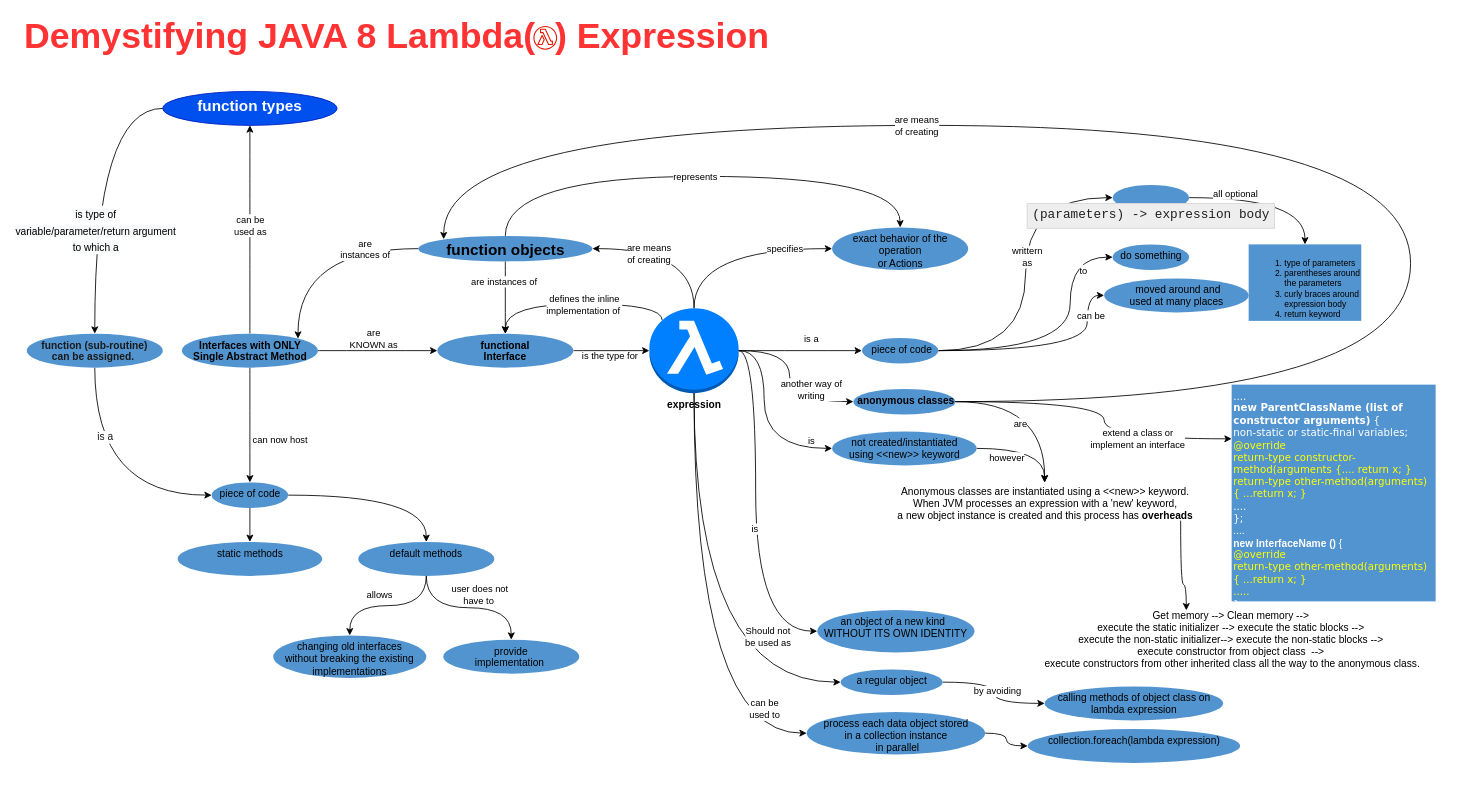
gaurjain/drawio keeps this draw.io diagram as page "Lambda Expressions" (1 of 6) of Java Collection Framework Data Structures.drawio. Above is the earlier version. Source tidied: cells renumbered, new cells numbered last; positions are measured from the earlier drawing's top-left corner, leaving out a move shared by most shapes. Both pictures are drawn from the tidied source at 85%, with x=0, y=0 at pixel (18, 23).
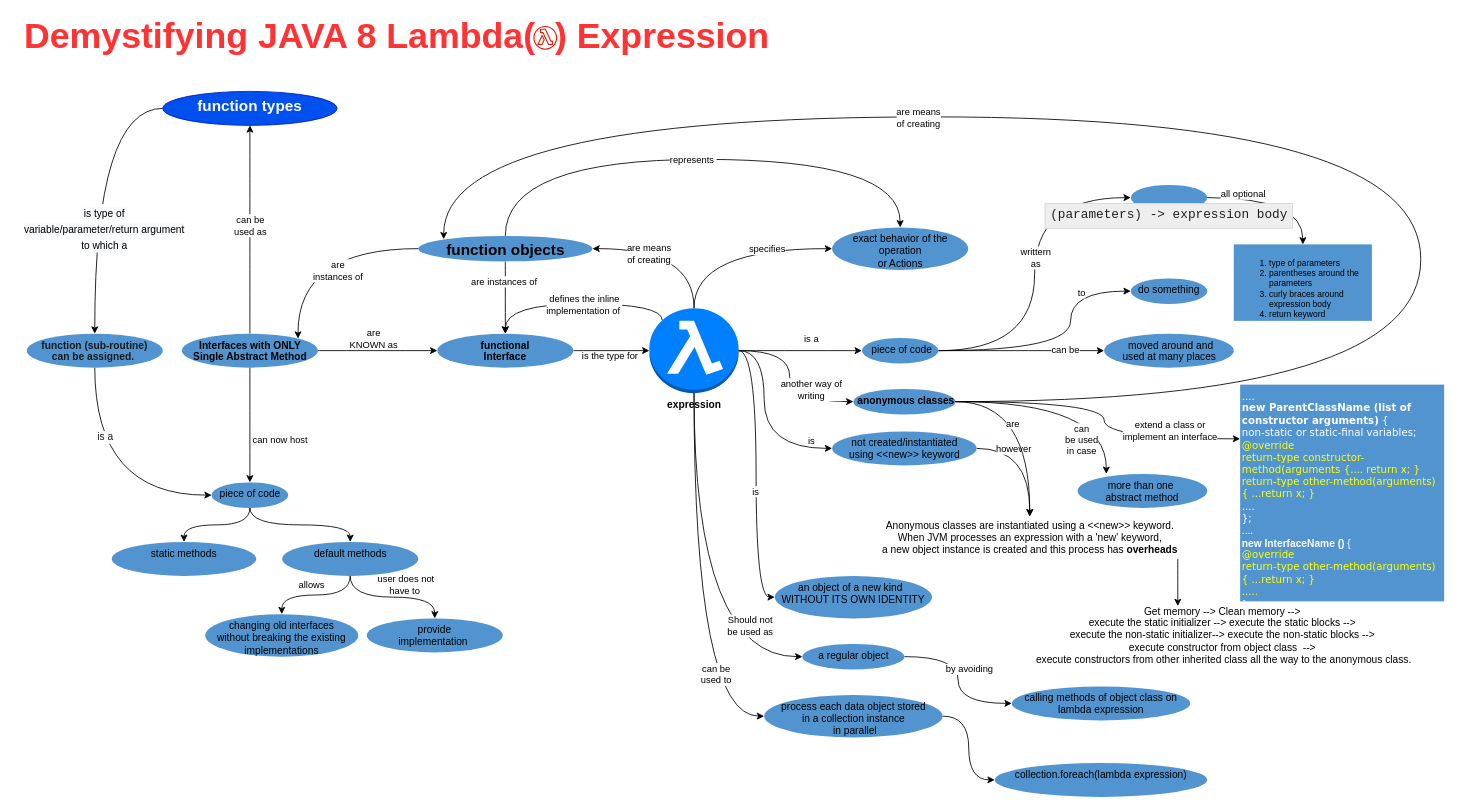
Above is the later version.

Unchanged cells that the change refers to:
```xml
<mxCell id="10" value="expression" style="outlineConnect=0;dashed=0;verticalLabelPosition=bottom;verticalAlign=top;align=center;html=1;shape=mxgraph.aws3.lambda_function;gradientColor=none;fillColor=#007FFF;fontStyle=1;" parent="1" vertex="1">
  <mxGeometry x="742.5" y="335" width="105" height="100" as="geometry" />
</mxCell>
<mxCell id="14" style="edgeStyle=orthogonalEdgeStyle;curved=1;rounded=0;jettySize=auto;html=1;exitX=0.5;exitY=0;exitDx=0;exitDy=0;exitPerimeter=0;entryX=0;entryY=0.5;entryDx=0;entryDy=0;" parent="1" edge="1" source="10" target="69">
  <mxGeometry relative="1" as="geometry" />
</mxCell>
<mxCell id="20" style="edgeStyle=orthogonalEdgeStyle;curved=1;rounded=0;jettySize=auto;html=1;exitX=1;exitY=0.5;exitDx=0;exitDy=0;" parent="1" edge="1" source="22" target="19">
  <mxGeometry relative="1" as="geometry" />
</mxCell>
<mxCell id="28" style="edgeStyle=orthogonalEdgeStyle;curved=1;rounded=0;jettySize=auto;html=1;exitX=1;exitY=0.5;exitDx=0;exitDy=0;" parent="1" edge="1" source="30" target="19">
  <mxGeometry relative="1" as="geometry" />
</mxCell>
<mxCell id="30" value="&amp;nbsp;anonymous classes" style="ellipse;whiteSpace=wrap;html=1;dashed=0;verticalAlign=top;fillColor=#5294CF;strokeColor=none;fontStyle=1;" parent="1" vertex="1">
  <mxGeometry x="982.5" y="430" width="120" height="30" as="geometry" />
</mxCell>
<mxCell id="43" value="&amp;nbsp;piece of code" style="ellipse;whiteSpace=wrap;html=1;dashed=0;verticalAlign=top;fillColor=#5294CF;strokeColor=none;" parent="1" vertex="1">
  <mxGeometry x="992.5" y="370" width="90" height="30" as="geometry" />
</mxCell>
<mxCell id="48" style="edgeStyle=orthogonalEdgeStyle;curved=1;rounded=0;jettySize=auto;html=1;labelBackgroundColor=none;" parent="1" edge="1" source="52" target="62">
  <mxGeometry relative="1" as="geometry" />
</mxCell>
<mxCell id="50" style="edgeStyle=orthogonalEdgeStyle;curved=1;rounded=0;jettySize=auto;html=1;labelBackgroundColor=none;exitX=0.5;exitY=1;exitDx=0;exitDy=0;" parent="1" edge="1" source="52" target="63">
  <mxGeometry relative="1" as="geometry" />
</mxCell>
<mxCell id="60" value="piece of code" style="ellipse;whiteSpace=wrap;html=1;dashed=0;verticalAlign=top;fillColor=#5294CF;labelBackgroundColor=none;strokeColor=none;" parent="1" vertex="1">
  <mxGeometry x="227.5" y="540" width="90" height="30" as="geometry" />
</mxCell>
<mxCell id="69" value="&lt;span style=&quot;font-weight: normal&quot;&gt;exact behavior of the operation &lt;br&gt;or Actions&lt;/span&gt;" style="ellipse;whiteSpace=wrap;html=1;dashed=0;verticalAlign=top;fillColor=#5294CF;labelBackgroundColor=none;strokeColor=none;fontStyle=1;" parent="1" vertex="1">
  <mxGeometry x="957.5" y="240" width="160" height="50" as="geometry" />
</mxCell>
<mxCell id="75" value="&lt;font style=&quot;font-size: 18px&quot;&gt;function objects&lt;/font&gt;" style="ellipse;whiteSpace=wrap;html=1;dashed=0;verticalAlign=top;fillColor=#5294CF;strokeColor=none;fontStyle=1;" parent="1" vertex="1">
  <mxGeometry x="470.5" y="250" width="205" height="30" as="geometry" />
</mxCell>
<mxCell id="76" style="edgeStyle=orthogonalEdgeStyle;curved=1;rounded=0;jettySize=auto;html=1;exitX=0;exitY=0.5;exitDx=0;exitDy=0;entryX=1;entryY=0;entryDx=0;entryDy=0;" parent="1" edge="1" source="75" target="58">
  <mxGeometry relative="1" as="geometry">
    <Array as="points">
      <mxPoint x="329.5" y="265" />
    </Array>
  </mxGeometry>
</mxCell>
<mxCell id="78" style="edgeStyle=orthogonalEdgeStyle;rounded=0;jettySize=auto;html=1;fontSize=16;curved=1;entryX=0.5;entryY=0;entryDx=0;entryDy=0;exitX=0;exitY=0.5;exitDx=0;exitDy=0;" parent="1" edge="1" source="80" target="86">
  <mxGeometry relative="1" as="geometry" />
</mxCell>
<mxCell id="89" style="edgeStyle=orthogonalEdgeStyle;curved=1;rounded=0;jettySize=auto;html=1;exitX=1;exitY=0.5;exitDx=0;exitDy=0;entryX=0;entryY=0.25;entryDx=0;entryDy=0;" parent="1" edge="1" source="30" target="88">
  <mxGeometry relative="1" as="geometry">
    <Array as="points">
      <mxPoint x="1277.5" y="445" />
      <mxPoint x="1277.5" y="489" />
    </Array>
  </mxGeometry>
</mxCell>
```

Change to the diagram source:
```diff
@@
     <mxCell id="2" style="edgeStyle=orthogonalEdgeStyle;curved=1;rounded=0;jettySize=auto;html=1;entryX=0;entryY=0.5;entryDx=0;entryDy=0;" parent="1" edge="1" source="10" target="17">
       <mxGeometry relative="1" as="geometry">
         <Array as="points">
-          <mxPoint x="867.5" y="385" />
-          <mxPoint x="867.5" y="715" />
+          <mxPoint x="868" y="385" />
+          <mxPoint x="868" y="675" />
         </Array>
       </mxGeometry>
     </mxCell>
@@
-    <mxCell id="13" style="edgeStyle=orthogonalEdgeStyle;curved=1;rounded=0;jettySize=auto;html=1;exitX=1;exitY=0.5;exitDx=0;exitDy=0;labelBackgroundColor=none;" parent="1" edge="1" source="60" target="52">
+    <mxCell id="13" style="edgeStyle=orthogonalEdgeStyle;curved=1;rounded=0;jettySize=auto;html=1;exitX=0.5;exitY=1;exitDx=0;exitDy=0;labelBackgroundColor=none;" parent="1" edge="1" source="60" target="52">
       <mxGeometry relative="1" as="geometry" />
     </mxCell>
@@
     <mxCell id="15" value="specifies" style="edgeLabel;html=1;align=center;verticalAlign=middle;" parent="14" vertex="1">
       <mxGeometry x="0.29" y="4" relative="1" as="geometry">
-        <mxPoint x="26.5" y="4" as="offset" />
+        <mxPoint x="5" y="4" as="offset" />
       </mxGeometry>
     </mxCell>
@@
     <mxCell id="17" value="an object of a new kind&amp;nbsp;&amp;nbsp;&lt;br&gt;WITHOUT ITS OWN IDENTITY" style="ellipse;whiteSpace=wrap;html=1;dashed=0;verticalAlign=top;fillColor=#5294CF;strokeColor=none;" parent="1" vertex="1">
-      <mxGeometry x="940" y="690" width="185" height="50" as="geometry" />
+      <mxGeometry x="890" y="650" width="185" height="50" as="geometry" />
     </mxCell>
-    <mxCell id="18" style="edgeStyle=orthogonalEdgeStyle;curved=1;rounded=0;jettySize=auto;html=1;labelBackgroundColor=#ffffff;entryX=0.384;entryY=0.008;entryDx=0;entryDy=0;entryPerimeter=0;" parent="1" edge="1" target="67">
+    <mxCell id="18" style="edgeStyle=orthogonalEdgeStyle;curved=1;rounded=0;jettySize=auto;html=1;labelBackgroundColor=#ffffff;entryX=0.384;entryY=0.008;entryDx=0;entryDy=0;entryPerimeter=0;" parent="1" edge="1" source="19" target="67">
       <mxGeometry relative="1" as="geometry">
-        <mxPoint x="1367.5" y="585" as="sourcePoint" />
         <Array as="points">
-          <mxPoint x="1367.5" y="660" />
-          <mxPoint x="1374.5" y="660" />
+          <mxPoint x="1368" y="630" />
+          <mxPoint x="1364" y="630" />
         </Array>
       </mxGeometry>
     </mxCell>
     <mxCell id="19" value="Anonymous classes are instantiated using a &amp;lt;&amp;lt;new&amp;gt;&amp;gt; keyword.&lt;br&gt;When JVM processes an expression with a 'new' keyword, &lt;br&gt;a new object instance is created and this process has &lt;b&gt;overheads&lt;/b&gt;" style="text;html=1;align=center;verticalAlign=middle;points=[];" parent="1" vertex="1">
-      <mxGeometry x="1027.5" y="540" width="360" height="50" as="geometry" />
+      <mxGeometry x="1010" y="580" width="360" height="50" as="geometry" />
     </mxCell>
@@
     <mxCell id="21" value="however" style="edgeLabel;html=1;align=center;verticalAlign=middle;" parent="20" vertex="1">
       <mxGeometry x="-0.28" y="-1" relative="1" as="geometry">
-        <mxPoint x="-8.5" y="9" as="offset" />
+        <mxPoint x="-8.5" y="-1" as="offset" />
       </mxGeometry>
     </mxCell>
@@
     <mxCell id="24" value="process each data object stored &lt;br&gt;in a collection instance&lt;br&gt;&amp;nbsp;in parallel" style="ellipse;whiteSpace=wrap;html=1;dashed=0;verticalAlign=top;fillColor=#5294CF;strokeColor=none;" parent="1" vertex="1">
-      <mxGeometry x="927.5" y="810" width="210" height="50" as="geometry" />
+      <mxGeometry x="877.5" y="790" width="210" height="50" as="geometry" />
     </mxCell>
     <mxCell id="25" style="edgeStyle=orthogonalEdgeStyle;rounded=0;jettySize=auto;html=1;curved=1;entryX=0;entryY=0.5;entryDx=0;entryDy=0;exitX=0.5;exitY=1;exitDx=0;exitDy=0;exitPerimeter=0;" parent="1" edge="1" source="10" target="24">
       <mxGeometry relative="1" as="geometry">
         <Array as="points">
-          <mxPoint x="795.5" y="835" />
+          <mxPoint x="795" y="815" />
         </Array>
       </mxGeometry>
     </mxCell>
     <mxCell id="26" value="can be &lt;br&gt;used to" style="edgeLabel;html=1;align=center;verticalAlign=middle;" parent="25" vertex="1">
       <mxGeometry x="0.26" y="-17" relative="1" as="geometry">
-        <mxPoint x="99.5" y="36" as="offset" />
+        <mxPoint x="42" y="39" as="offset" />
       </mxGeometry>
     </mxCell>
     <mxCell id="27" value="collection.foreach(lambda expression)" style="ellipse;whiteSpace=wrap;html=1;dashed=0;verticalAlign=top;fillColor=#5294CF;strokeColor=none;" parent="1" vertex="1">
-      <mxGeometry x="1187.5" y="830" width="250" height="40" as="geometry" />
+      <mxGeometry x="1148.8" y="870" width="250" height="40" as="geometry" />
     </mxCell>
@@
     <mxCell id="29" value="are" style="edgeLabel;html=1;align=center;verticalAlign=middle;" parent="28" vertex="1">
       <mxGeometry x="-0.45" y="-5" relative="1" as="geometry">
-        <mxPoint x="21" y="20" as="offset" />
+        <mxPoint x="5.5" y="20" as="offset" />
       </mxGeometry>
     </mxCell>
+    <mxCell id="91" style="edgeStyle=orthogonalEdgeStyle;curved=1;rounded=0;jettySize=auto;html=1;entryX=0.5;entryY=0;entryDx=0;entryDy=0;" parent="1" edge="1" source="30">
+      <mxGeometry relative="1" as="geometry">
+        <mxPoint x="1280" y="530" as="targetPoint" />
+      </mxGeometry>
+    </mxCell>
+    <mxCell id="92" value="can&lt;br&gt;be used&lt;br&gt;in case" style="edgeLabel;html=1;align=center;verticalAlign=middle;" parent="91" vertex="1">
+      <mxGeometry x="0.61" y="-19" relative="1" as="geometry">
+        <mxPoint x="-11" y="10.5" as="offset" />
+      </mxGeometry>
+    </mxCell>
@@
     <mxCell id="33" value="a regular object" style="ellipse;whiteSpace=wrap;html=1;dashed=0;verticalAlign=top;fillColor=#5294CF;strokeColor=none;" parent="1" vertex="1">
-      <mxGeometry x="967.5" y="760" width="120" height="30" as="geometry" />
+      <mxGeometry x="922.5" y="730" width="120" height="30" as="geometry" />
     </mxCell>
     <mxCell id="34" style="edgeStyle=orthogonalEdgeStyle;rounded=0;jettySize=auto;html=1;curved=1;entryX=0;entryY=0.5;entryDx=0;entryDy=0;exitX=0.5;exitY=1;exitDx=0;exitDy=0;exitPerimeter=0;" parent="1" edge="1" source="10" target="33">
       <mxGeometry relative="1" as="geometry">
         <Array as="points">
-          <mxPoint x="795.5" y="775" />
+          <mxPoint x="795" y="745" />
         </Array>
       </mxGeometry>
     </mxCell>
     <mxCell id="35" value="Should not &lt;br&gt;be used as" style="edgeLabel;html=1;align=center;verticalAlign=middle;" parent="34" vertex="1">
       <mxGeometry x="0.26" y="-17" relative="1" as="geometry">
-        <mxPoint x="103.5" y="-37" as="offset" />
+        <mxPoint x="82" y="-3" as="offset" />
       </mxGeometry>
     </mxCell>
     <mxCell id="36" value="calling methods of object class on lambda expression" style="ellipse;whiteSpace=wrap;html=1;dashed=0;verticalAlign=top;fillColor=#5294CF;strokeColor=none;" parent="1" vertex="1">
-      <mxGeometry x="1207.5" y="780" width="210" height="40" as="geometry" />
+      <mxGeometry x="1168.8" y="780" width="210" height="40" as="geometry" />
     </mxCell>
-    <mxCell id="37" style="edgeStyle=orthogonalEdgeStyle;curved=1;rounded=0;jettySize=auto;html=1;exitX=1;exitY=0.5;exitDx=0;exitDy=0;entryX=0;entryY=0.5;entryDx=0;entryDy=0;" parent="1" edge="1" source="43" target="46">
-      <mxGeometry relative="1" as="geometry">
-        <Array as="points">
-          <mxPoint x="1257.5" y="385" />
-          <mxPoint x="1257.5" y="320" />
-        </Array>
-      </mxGeometry>
+    <mxCell id="37" style="rounded=0;jettySize=auto;html=1;exitX=1;exitY=0.5;exitDx=0;exitDy=0;entryX=0;entryY=0.5;entryDx=0;entryDy=0;edgeStyle=orthogonalEdgeStyle;curved=1;" parent="1" edge="1" source="43" target="46">
+      <mxGeometry relative="1" as="geometry" />
     </mxCell>
     <mxCell id="38" value="can be" style="edgeLabel;html=1;align=center;verticalAlign=middle;" parent="37" vertex="1">
       <mxGeometry x="0.36" y="-2" relative="1" as="geometry">
-        <mxPoint x="2" y="-39.5" as="offset" />
+        <mxPoint x="15.5" y="-3.6" as="offset" />
       </mxGeometry>
     </mxCell>
     <mxCell id="39" style="edgeStyle=orthogonalEdgeStyle;curved=1;rounded=0;jettySize=auto;html=1;entryX=0;entryY=0.5;entryDx=0;entryDy=0;" parent="1" edge="1" source="43" target="47">
       <mxGeometry relative="1" as="geometry">
         <Array as="points">
-          <mxPoint x="1237.5" y="385" />
-          <mxPoint x="1237.5" y="275" />
+          <mxPoint x="1238" y="385" />
+          <mxPoint x="1238" y="315" />
         </Array>
       </mxGeometry>
     </mxCell>
     <mxCell id="40" value="to" style="edgeLabel;html=1;align=center;verticalAlign=middle;" parent="39" vertex="1">
       <mxGeometry x="0.08" y="1" relative="1" as="geometry">
-        <mxPoint x="16" y="-80" as="offset" />
+        <mxPoint x="13" y="-64.5" as="offset" />
       </mxGeometry>
     </mxCell>
@@
     <mxCell id="46" value="&amp;nbsp;moved around and&lt;br&gt;used at many places" style="ellipse;whiteSpace=wrap;html=1;dashed=0;verticalAlign=top;fillColor=#5294CF;strokeColor=none;" parent="1" vertex="1">
-      <mxGeometry x="1277.5" y="300" width="170" height="40" as="geometry" />
+      <mxGeometry x="1277.5" y="365" width="152.5" height="40" as="geometry" />
     </mxCell>
     <mxCell id="47" value="do something" style="ellipse;whiteSpace=wrap;html=1;dashed=0;verticalAlign=top;fillColor=#5294CF;strokeColor=none;" parent="1" vertex="1">
-      <mxGeometry x="1287.5" y="260" width="90" height="30" as="geometry" />
+      <mxGeometry x="1308.8" y="300" width="90" height="30" as="geometry" />
     </mxCell>
@@
     <mxCell id="49" value="allows" style="edgeLabel;html=1;align=center;verticalAlign=middle;labelBackgroundColor=none;" parent="48" vertex="1">
       <mxGeometry x="-0.18" relative="1" as="geometry">
-        <mxPoint x="-24.9" y="-12.5" as="offset" />
+        <mxPoint x="-17.5" y="-12.5" as="offset" />
       </mxGeometry>
     </mxCell>
@@
     <mxCell id="51" value="user does not &lt;br&gt;have to&amp;nbsp;" style="edgeLabel;html=1;align=center;verticalAlign=middle;labelBackgroundColor=none;" parent="50" vertex="1">
       <mxGeometry x="0.05" y="-4" relative="1" as="geometry">
-        <mxPoint x="8" y="-19" as="offset" />
+        <mxPoint x="11.5" y="-19" as="offset" />
       </mxGeometry>
     </mxCell>
     <mxCell id="52" value="default methods" style="ellipse;whiteSpace=wrap;html=1;dashed=0;verticalAlign=top;fillColor=#5294CF;labelBackgroundColor=none;strokeColor=none;" parent="1" vertex="1">
-      <mxGeometry x="400" y="610" width="160" height="40" as="geometry" />
+      <mxGeometry x="310.5" y="610" width="160" height="40" as="geometry" />
     </mxCell>
@@
     <mxCell id="61" value="static methods" style="ellipse;whiteSpace=wrap;html=1;dashed=0;verticalAlign=top;fillColor=#5294CF;labelBackgroundColor=none;strokeColor=none;" parent="1" vertex="1">
-      <mxGeometry x="187.5" y="610" width="170" height="40" as="geometry" />
+      <mxGeometry x="110" y="610" width="170" height="40" as="geometry" />
     </mxCell>
     <mxCell id="62" value="changing old interfaces &lt;br&gt;without breaking the existing implementations" style="ellipse;whiteSpace=wrap;html=1;dashed=0;verticalAlign=top;fillColor=#5294CF;labelBackgroundColor=none;strokeColor=none;" parent="1" vertex="1">
-      <mxGeometry x="300" y="720" width="180" height="50" as="geometry" />
+      <mxGeometry x="220" y="695" width="180" height="50" as="geometry" />
     </mxCell>
     <mxCell id="63" value="provide &lt;br&gt;implementation&amp;nbsp;" style="ellipse;whiteSpace=wrap;html=1;dashed=0;verticalAlign=top;fillColor=#5294CF;labelBackgroundColor=none;strokeColor=none;" parent="1" vertex="1">
-      <mxGeometry x="500" y="725" width="160" height="40" as="geometry" />
+      <mxGeometry x="410" y="700" width="160" height="40" as="geometry" />
     </mxCell>
@@
     <mxCell id="66" value="&lt;pre class=&quot;result notranslate&quot; style=&quot;font-family: monospace , monospace ; font-size: 15px ; padding: 5px ; overflow-x: auto ; color: rgba(0 , 0 , 0 , 0.87) ; background: rgb(238 , 238 , 238) ; border: 1px solid rgb(214 , 214 , 214)&quot;&gt;(parameters) -&amp;gt; expression body&lt;/pre&gt;" style="ellipse;whiteSpace=wrap;html=1;dashed=0;verticalAlign=top;fillColor=#5294CF;strokeColor=none;" parent="1" vertex="1">
-      <mxGeometry x="1287.5" y="190" width="90" height="30" as="geometry" />
+      <mxGeometry x="1308.8" y="190" width="90" height="30" as="geometry" />
     </mxCell>
     <mxCell id="67" value="Get memory --&amp;gt;&amp;nbsp;Clean memory --&amp;gt;&amp;nbsp;&lt;br&gt;execute the static initializer --&amp;gt; execute the static blocks --&amp;gt;&amp;nbsp;&lt;br&gt;execute the non-static initializer--&amp;gt; execute the non-static blocks --&amp;gt;&amp;nbsp;&lt;br&gt;execute constructor from object class&amp;nbsp; --&amp;gt;&amp;nbsp;&lt;br&gt;execute constructors from other inherited class all the way to the anonymous class." style="text;html=1;align=center;verticalAlign=middle;points=[];" parent="1" vertex="1">
-      <mxGeometry x="1197.5" y="690" width="460" height="70" as="geometry" />
+      <mxGeometry x="1187.5" y="685" width="460" height="70" as="geometry" />
     </mxCell>
     <mxCell id="68" value="&lt;ol style=&quot;font-size: 10px&quot;&gt;&lt;li&gt;type of parameters&lt;/li&gt;&lt;li&gt;parentheses around the parameters&lt;/li&gt;&lt;li&gt;curly braces around expression body&lt;/li&gt;&lt;li&gt;return keyword&lt;/li&gt;&lt;/ol&gt;" style="whiteSpace=wrap;html=1;dashed=0;verticalAlign=top;strokeColor=none;fillColor=#5294CF;align=left;" parent="1" vertex="1">
-      <mxGeometry x="1447.5" y="260" width="132.5" height="90" as="geometry" />
+      <mxGeometry x="1430" y="260" width="162.5" height="90" as="geometry" />
     </mxCell>
@@
     <mxCell id="72" style="edgeStyle=orthogonalEdgeStyle;curved=1;rounded=0;jettySize=auto;html=1;entryX=0.5;entryY=0;entryDx=0;entryDy=0;exitX=0.5;exitY=0;exitDx=0;exitDy=0;" parent="1" edge="1" source="75" target="69">
       <mxGeometry relative="1" as="geometry">
         <Array as="points">
-          <mxPoint x="573.5" y="180" />
-          <mxPoint x="1037.5" y="180" />
+          <mxPoint x="573" y="160" />
+          <mxPoint x="1038" y="160" />
         </Array>
       </mxGeometry>
     </mxCell>
@@
     <mxCell id="77" value="are &lt;br&gt;instances of" style="edgeLabel;html=1;align=center;verticalAlign=middle;" parent="76" vertex="1">
       <mxGeometry x="0.02" y="1" relative="1" as="geometry">
-        <mxPoint x="63" y="-1" as="offset" />
+        <mxPoint x="30.5" y="24" as="offset" />
       </mxGeometry>
     </mxCell>
@@
     <mxCell id="79" value="&lt;span style=&quot;font-size: 12px ; background-color: rgb(248 , 249 , 250)&quot;&gt;is type of &lt;br&gt;variable/parameter/return argument&lt;br&gt;to which a&lt;/span&gt;" style="edgeLabel;html=1;align=center;verticalAlign=middle;fontSize=16;" parent="78" vertex="1">
       <mxGeometry x="-0.03" y="-17" relative="1" as="geometry">
-        <mxPoint x="17" y="55.7" as="offset" />
+        <mxPoint x="27" y="53" as="offset" />
       </mxGeometry>
     </mxCell>
@@
     <mxCell id="81" style="edgeStyle=orthogonalEdgeStyle;curved=1;rounded=0;jettySize=auto;html=1;exitX=1;exitY=0.5;exitDx=0;exitDy=0;" parent="1" edge="1" source="30">
       <mxGeometry relative="1" as="geometry">
         <mxPoint x="500.5" y="254" as="targetPoint" />
         <Array as="points">
-          <mxPoint x="1638" y="445" />
-          <mxPoint x="1638" y="120" />
-          <mxPoint x="501" y="120" />
+          <mxPoint x="1650" y="445" />
+          <mxPoint x="1650" y="110" />
+          <mxPoint x="501" y="110" />
         </Array>
       </mxGeometry>
     </mxCell>
@@
     <mxCell id="83" value="&lt;font style=&quot;font-size: 42px&quot; color=&quot;#ff3333&quot;&gt;&lt;b&gt;Demystifying JAVA 8 Lambda(&amp;nbsp; ) Expression&lt;/b&gt;&lt;/font&gt;" style="text;html=1;align=center;verticalAlign=middle;fontSize=16;" parent="1" vertex="1">
-      <mxGeometry width="890" height="30" as="geometry" />
+      <mxGeometry y="1" width="890" height="30" as="geometry" />
     </mxCell>
@@
     <mxCell id="88" value="&lt;font style=&quot;font-size: 12px&quot;&gt;&lt;font face=&quot;Verdana&quot; style=&quot;font-size: 12px&quot;&gt;&lt;span style=&quot;font-size: 12px&quot;&gt;.... &lt;/span&gt;&lt;br&gt;&lt;b&gt;&lt;font style=&quot;font-size: 12px&quot;&gt;new ParentClassName (list of constructor arguments)&lt;/font&gt;&lt;/b&gt;&lt;span style=&quot;font-size: 12px&quot;&gt; { &lt;/span&gt;&lt;br&gt;&lt;span style=&quot;font-size: 12px&quot;&gt;non-static or static-final variables; &lt;/span&gt;&lt;br&gt;&lt;font color=&quot;#ffff00&quot; style=&quot;font-size: 12px&quot;&gt;@override&lt;br&gt;return-type&amp;nbsp;constructor-method(arguments {.... return x; } &lt;br&gt;return-type other-method(arguments)&lt;br&gt;{ ...return x; }&lt;br&gt;&lt;/font&gt;....&lt;br&gt;&lt;span style=&quot;font-size: 12px&quot;&gt;};&lt;/span&gt;&lt;br&gt;&lt;/font&gt;&lt;span style=&quot;font-size: 12px&quot;&gt;....&lt;/span&gt;&lt;br&gt;&lt;b&gt;&lt;font style=&quot;font-size: 12px&quot;&gt;new InterfaceName ()&lt;/font&gt;&lt;/b&gt;&lt;span style=&quot;font-size: 12px&quot;&gt; { &lt;br&gt;&lt;/span&gt;&lt;span style=&quot;font-size: 12px ; color: rgb(255 , 255 , 0) ; font-family: &amp;#34;verdana&amp;#34;&quot;&gt;@override &lt;br&gt;return-type other-method(arguments)&amp;nbsp;&lt;/span&gt;&lt;br style=&quot;color: rgb(255 , 255 , 0) ; font-family: &amp;#34;verdana&amp;#34;&quot;&gt;&lt;span style=&quot;font-size: 12px ; color: rgb(255 , 255 , 0) ; font-family: &amp;#34;verdana&amp;#34;&quot;&gt;{ ...return x; }&lt;br&gt;.....&lt;br&gt;&lt;/span&gt;&lt;font face=&quot;Verdana&quot; style=&quot;font-size: 12px&quot;&gt;};&lt;/font&gt;&lt;/font&gt;&lt;span style=&quot;font-size: 10px&quot;&gt;&lt;br&gt;&lt;/span&gt;" style="whiteSpace=wrap;html=1;dashed=0;verticalAlign=top;align=left;rounded=0;fontColor=#ffffff;strokeColor=none;fillColor=#5294CF;" parent="1" vertex="1">
-      <mxGeometry x="1427.5" y="425" width="240" height="255" as="geometry" />
+      <mxGeometry x="1437.5" y="425" width="240" height="255" as="geometry" />
     </mxCell>
@@
     <mxCell id="90" value="extend a class or &lt;br&gt;implement an interface" style="edgeLabel;html=1;align=center;verticalAlign=middle;" parent="89" vertex="1">
-      <mxGeometry x="0.4" relative="1" as="geometry" />
+      <mxGeometry x="0.4" relative="1" as="geometry">
+        <mxPoint x="31" y="-8.8" as="offset" />
+      </mxGeometry>
     </mxCell>
+    <mxCell id="93" value="more than one&amp;nbsp;&lt;br&gt;abstract method" style="ellipse;whiteSpace=wrap;html=1;dashed=0;verticalAlign=top;fillColor=#5294CF;strokeColor=none;" parent="1" vertex="1">
+      <mxGeometry x="1246.3" y="530" width="152.5" height="40" as="geometry" />
+    </mxCell>
```
